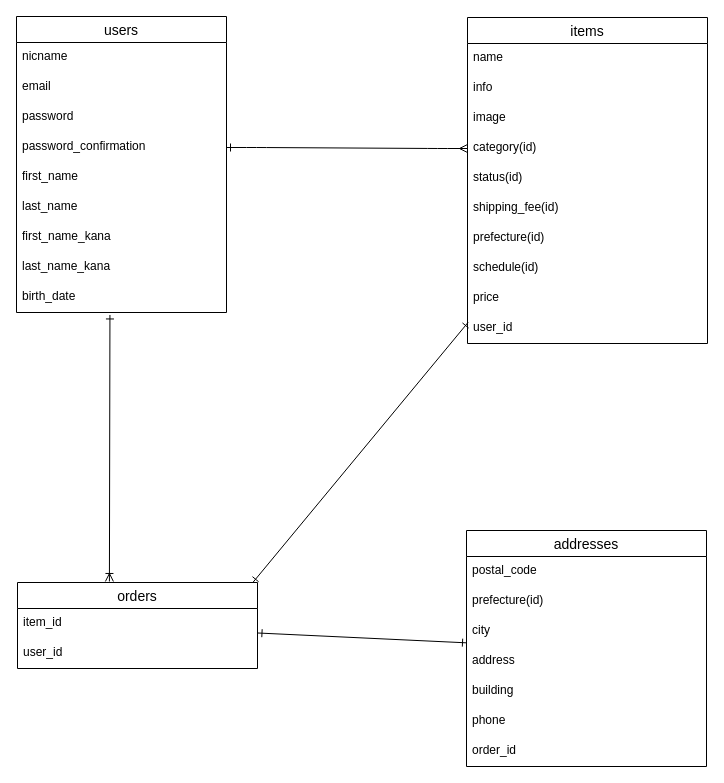
zuuumiii/furima-37740 keeps this draw.io diagram as furima-37740.dio. Above is the earlier version. Source tidied: cells renumbered, new cells numbered last; positions are measured from the earlier drawing's top-left corner, leaving out a move shared by most shapes. Both pictures are drawn from the tidied source at 100%, with x=0, y=0 at pixel (16, 16).
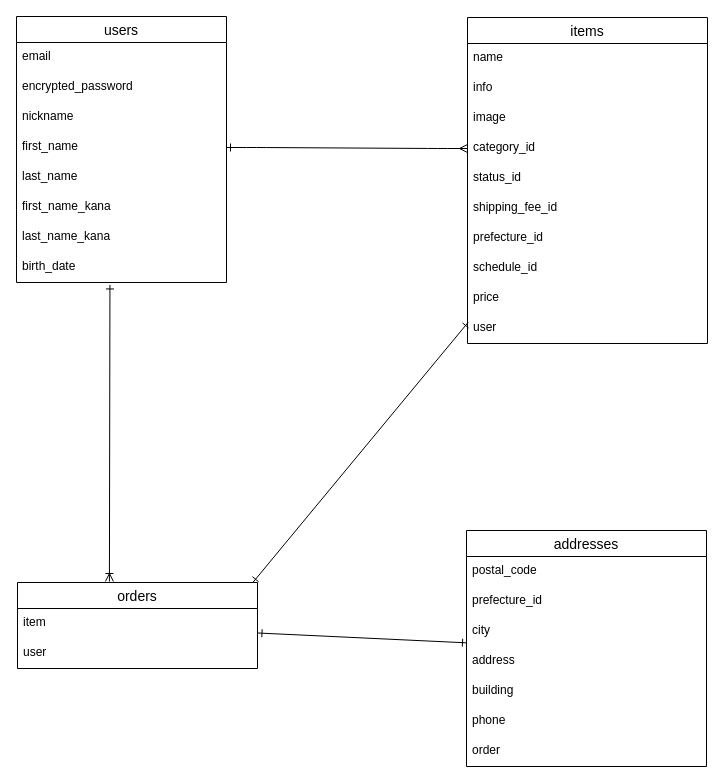
Above is the later version.

The change refers to these unchanged cells:
```xml
<mxCell id="12" value="items" style="swimlane;fontStyle=0;horizontal=1;startSize=26;align=center;fontSize=14;" parent="1" vertex="1">
  <mxGeometry x="451" y="1" width="240" height="326" as="geometry" />
</mxCell>
<mxCell id="23" value="addresses" style="swimlane;fontStyle=0;horizontal=1;startSize=26;align=center;fontSize=14;" parent="1" vertex="1">
  <mxGeometry x="450" y="514" width="240" height="236" as="geometry" />
</mxCell>
<mxCell id="32" value="orders" style="swimlane;fontStyle=0;horizontal=1;startSize=26;align=center;fontSize=14;" parent="1" vertex="1">
  <mxGeometry x="1" y="566" width="240" height="86" as="geometry" />
</mxCell>
```

Diff of the diagram source:
```diff
@@
     <mxCell id="2" value="users" style="swimlane;fontStyle=0;horizontal=1;startSize=26;align=center;fontSize=14;" parent="1" vertex="1">
-      <mxGeometry width="210" height="296" as="geometry" />
+      <mxGeometry width="210" height="266" as="geometry" />
     </mxCell>
-    <mxCell id="3" value="nicname" style="text;strokeColor=none;fillColor=none;spacingLeft=4;spacingRight=4;overflow=hidden;fontSize=12;" parent="2" vertex="1">
-      <mxGeometry y="26" width="210" height="30" as="geometry" />
-    </mxCell>
     <mxCell id="4" value="email" style="text;strokeColor=none;fillColor=none;spacingLeft=4;spacingRight=4;overflow=hidden;fontSize=12;" parent="2" vertex="1">
-      <mxGeometry y="56" width="210" height="30" as="geometry" />
+      <mxGeometry y="26" width="210" height="30" as="geometry" />
     </mxCell>
-    <mxCell id="5" value="password" style="text;strokeColor=none;fillColor=none;spacingLeft=4;spacingRight=4;overflow=hidden;fontSize=12;" parent="2" vertex="1">
-      <mxGeometry y="86" width="210" height="30" as="geometry" />
+    <mxCell id="5" value="encrypted_password" style="text;strokeColor=none;fillColor=none;spacingLeft=4;spacingRight=4;overflow=hidden;fontSize=12;" parent="2" vertex="1">
+      <mxGeometry y="56" width="210" height="30" as="geometry" />
     </mxCell>
-    <mxCell id="6" value="password_confirmation" style="text;strokeColor=none;fillColor=none;spacingLeft=4;spacingRight=4;overflow=hidden;points=[[0,0.5],[1,0.5]];portConstraint=eastwest;fontSize=12;" parent="2" vertex="1">
-      <mxGeometry y="116" width="210" height="30" as="geometry" />
-    </mxCell>
+    <mxCell id="3" value="nickname" style="text;strokeColor=none;fillColor=none;spacingLeft=4;spacingRight=4;overflow=hidden;fontSize=12;" parent="2" vertex="1">
+      <mxGeometry y="86" width="210" height="30" as="geometry" />
+    </mxCell>
     <mxCell id="7" value="first_name" style="text;strokeColor=none;fillColor=none;spacingLeft=4;spacingRight=4;overflow=hidden;fontSize=12;" parent="2" vertex="1">
-      <mxGeometry y="146" width="210" height="30" as="geometry" />
+      <mxGeometry y="116" width="210" height="30" as="geometry" />
     </mxCell>
     <mxCell id="8" value="last_name" style="text;strokeColor=none;fillColor=none;spacingLeft=4;spacingRight=4;overflow=hidden;fontSize=12;" parent="2" vertex="1">
-      <mxGeometry y="176" width="210" height="30" as="geometry" />
+      <mxGeometry y="146" width="210" height="30" as="geometry" />
     </mxCell>
     <mxCell id="9" value="first_name_kana" style="text;strokeColor=none;fillColor=none;spacingLeft=4;spacingRight=4;overflow=hidden;fontSize=12;" parent="2" vertex="1">
-      <mxGeometry y="206" width="210" height="30" as="geometry" />
+      <mxGeometry y="176" width="210" height="30" as="geometry" />
     </mxCell>
     <mxCell id="10" value="last_name_kana" style="text;strokeColor=none;fillColor=none;spacingLeft=4;spacingRight=4;overflow=hidden;fontSize=12;" parent="2" vertex="1">
-      <mxGeometry y="236" width="210" height="30" as="geometry" />
+      <mxGeometry y="206" width="210" height="30" as="geometry" />
     </mxCell>
     <mxCell id="11" value="birth_date&#10;" style="text;strokeColor=none;fillColor=none;spacingLeft=4;spacingRight=4;overflow=hidden;points=[[0,0.5],[1,0.5]];portConstraint=eastwest;fontSize=12;" parent="2" vertex="1">
-      <mxGeometry y="266" width="210" height="30" as="geometry" />
+      <mxGeometry y="236" width="210" height="30" as="geometry" />
     </mxCell>
@@
-    <mxCell id="16" value="category(id)" style="text;strokeColor=none;fillColor=none;spacingLeft=4;spacingRight=4;overflow=hidden;points=[[0,0.5],[1,0.5]];portConstraint=eastwest;fontSize=12;" parent="12" vertex="1">
+    <mxCell id="16" value="category_id" style="text;strokeColor=none;fillColor=none;spacingLeft=4;spacingRight=4;overflow=hidden;points=[[0,0.5],[1,0.5]];portConstraint=eastwest;fontSize=12;" parent="12" vertex="1">
       <mxGeometry y="116" width="240" height="30" as="geometry" />
     </mxCell>
-    <mxCell id="17" value="status(id)" style="text;strokeColor=none;fillColor=none;spacingLeft=4;spacingRight=4;overflow=hidden;fontSize=12;" parent="12" vertex="1">
+    <mxCell id="17" value="status_id" style="text;strokeColor=none;fillColor=none;spacingLeft=4;spacingRight=4;overflow=hidden;fontSize=12;" parent="12" vertex="1">
       <mxGeometry y="146" width="240" height="30" as="geometry" />
     </mxCell>
-    <mxCell id="18" value="shipping_fee(id)" style="text;strokeColor=none;fillColor=none;spacingLeft=4;spacingRight=4;overflow=hidden;fontSize=12;" parent="12" vertex="1">
+    <mxCell id="18" value="shipping_fee_id" style="text;strokeColor=none;fillColor=none;spacingLeft=4;spacingRight=4;overflow=hidden;fontSize=12;" parent="12" vertex="1">
       <mxGeometry y="176" width="240" height="30" as="geometry" />
     </mxCell>
-    <mxCell id="19" value="prefecture(id)" style="text;strokeColor=none;fillColor=none;spacingLeft=4;spacingRight=4;overflow=hidden;fontSize=12;" parent="12" vertex="1">
+    <mxCell id="19" value="prefecture_id" style="text;strokeColor=none;fillColor=none;spacingLeft=4;spacingRight=4;overflow=hidden;fontSize=12;" parent="12" vertex="1">
       <mxGeometry y="206" width="240" height="30" as="geometry" />
     </mxCell>
-    <mxCell id="20" value="schedule(id)" style="text;strokeColor=none;fillColor=none;spacingLeft=4;spacingRight=4;overflow=hidden;fontSize=12;" parent="12" vertex="1">
+    <mxCell id="20" value="schedule_id" style="text;strokeColor=none;fillColor=none;spacingLeft=4;spacingRight=4;overflow=hidden;fontSize=12;" parent="12" vertex="1">
       <mxGeometry y="236" width="240" height="30" as="geometry" />
     </mxCell>
@@
-    <mxCell id="22" value="user_id" style="text;strokeColor=none;fillColor=none;spacingLeft=4;spacingRight=4;overflow=hidden;fontSize=12;" parent="12" vertex="1">
+    <mxCell id="22" value="user" style="text;strokeColor=none;fillColor=none;spacingLeft=4;spacingRight=4;overflow=hidden;fontSize=12;" parent="12" vertex="1">
       <mxGeometry y="296" width="240" height="30" as="geometry" />
     </mxCell>
@@
-    <mxCell id="25" value="prefecture(id)" style="text;strokeColor=none;fillColor=none;spacingLeft=4;spacingRight=4;overflow=hidden;fontSize=12;" parent="23" vertex="1">
+    <mxCell id="25" value="prefecture_id" style="text;strokeColor=none;fillColor=none;spacingLeft=4;spacingRight=4;overflow=hidden;fontSize=12;" parent="23" vertex="1">
       <mxGeometry y="56" width="240" height="30" as="geometry" />
     </mxCell>
@@
-    <mxCell id="30" value="order_id" style="text;strokeColor=none;fillColor=none;spacingLeft=4;spacingRight=4;overflow=hidden;fontSize=12;" parent="23" vertex="1">
+    <mxCell id="30" value="order" style="text;strokeColor=none;fillColor=none;spacingLeft=4;spacingRight=4;overflow=hidden;fontSize=12;" parent="23" vertex="1">
       <mxGeometry y="206" width="240" height="30" as="geometry" />
     </mxCell>
-    <mxCell id="31" style="edgeStyle=entityRelationEdgeStyle;fontSize=12;html=1;endArrow=ERmany;endFill=0;entryX=0;entryY=0.5;entryDx=0;entryDy=0;exitX=1;exitY=0.5;exitDx=0;exitDy=0;startArrow=ERone;startFill=0;" parent="1" edge="1" source="6" target="16">
-      <mxGeometry relative="1" as="geometry" />
+    <mxCell id="31" style="edgeStyle=entityRelationEdgeStyle;fontSize=12;html=1;endArrow=ERmany;endFill=0;entryX=0;entryY=0.5;entryDx=0;entryDy=0;exitX=1;exitY=0.5;exitDx=0;exitDy=0;startArrow=ERone;startFill=0;" parent="1" edge="1" target="16">
+      <mxGeometry relative="1" as="geometry">
+        <mxPoint x="210" y="131" as="sourcePoint" />
+      </mxGeometry>
     </mxCell>
@@
-    <mxCell id="33" value="item_id" style="text;strokeColor=none;fillColor=none;spacingLeft=4;spacingRight=4;overflow=hidden;points=[[0,0.5],[1,0.5]];portConstraint=eastwest;fontSize=12;" parent="32" vertex="1">
+    <mxCell id="33" value="item" style="text;strokeColor=none;fillColor=none;spacingLeft=4;spacingRight=4;overflow=hidden;points=[[0,0.5],[1,0.5]];portConstraint=eastwest;fontSize=12;" parent="32" vertex="1">
       <mxGeometry y="26" width="240" height="30" as="geometry" />
     </mxCell>
-    <mxCell id="34" value="user_id" style="text;strokeColor=none;fillColor=none;spacingLeft=4;spacingRight=4;overflow=hidden;fontSize=12;" parent="32" vertex="1">
+    <mxCell id="34" value="user" style="text;strokeColor=none;fillColor=none;spacingLeft=4;spacingRight=4;overflow=hidden;fontSize=12;" parent="32" vertex="1">
       <mxGeometry y="56" width="240" height="30" as="geometry" />
     </mxCell>
```
